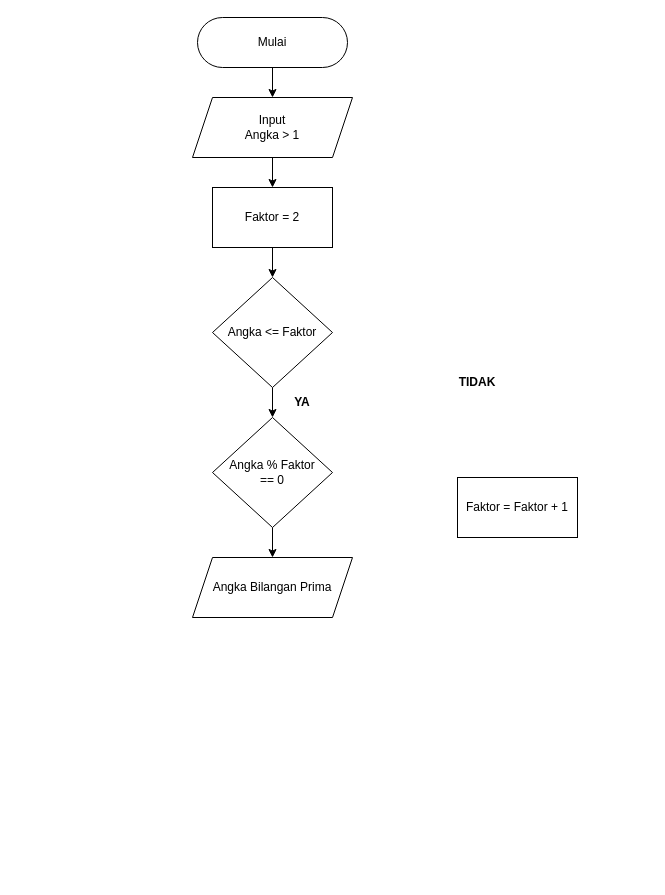
The draw.io diagram Untitled Diagram.drawio in raejinn96/Golang-Coba-, before the edit. Source tidied: cells renumbered, new cells numbered last; positions are measured from the earlier drawing's top-left corner, leaving out a move shared by most shapes. Both pictures are drawn from the tidied source at 100%, with x=0, y=0 at pixel (192, 17).
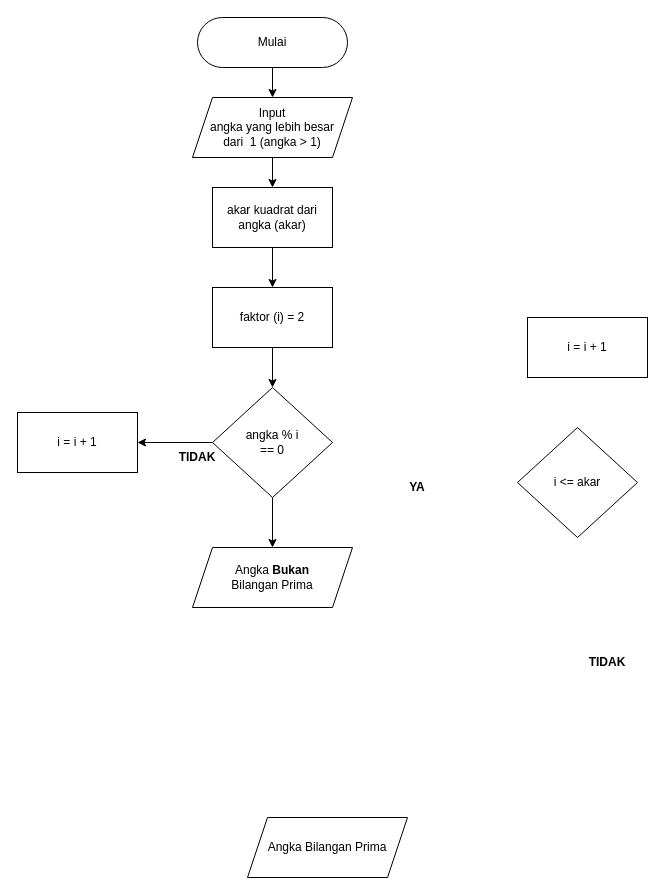
Above is the later version.

Change to the diagram source:
```diff
@@
+    <mxCell id="16" style="edgeStyle=orthogonalEdgeStyle;rounded=0;jettySize=auto;html=1;exitX=0.5;exitY=1;exitDx=0;exitDy=0;entryX=0.5;entryY=0;entryDx=0;entryDy=0;" parent="1" edge="1" source="4" target="21">
+      <mxGeometry relative="1" as="geometry" />
+    </mxCell>
-    <mxCell id="4" value="Input&lt;br style=&quot;border-color: var(--border-color);&quot;&gt;Angka &amp;gt; 1" style="shape=parallelogram;perimeter=parallelogramPerimeter;whiteSpace=wrap;html=1;fixedSize=1;" parent="1" vertex="1">
+    <mxCell id="4" value="Input&lt;br style=&quot;border-color: var(--border-color);&quot;&gt;angka yang lebih besar &lt;br&gt;dari&amp;nbsp; 1 (angka &amp;gt; 1)" style="shape=parallelogram;perimeter=parallelogramPerimeter;whiteSpace=wrap;html=1;fixedSize=1;" parent="1" vertex="1">
       <mxGeometry y="80" width="160" height="60" as="geometry" />
     </mxCell>
-    <mxCell id="5" style="edgeStyle=orthogonalEdgeStyle;rounded=0;jettySize=auto;html=1;exitX=0.5;exitY=1;exitDx=0;exitDy=0;entryX=0.5;entryY=0;entryDx=0;entryDy=0;" parent="1" edge="1" target="8">
-      <mxGeometry relative="1" as="geometry">
-        <mxPoint x="80" y="140" as="sourcePoint" />
-      </mxGeometry>
-    </mxCell>
     <mxCell id="6" value="&lt;b&gt;YA&lt;/b&gt;" style="text;html=1;strokeColor=none;fillColor=none;align=center;verticalAlign=middle;whiteSpace=wrap;rounded=0;" parent="1" vertex="1">
-      <mxGeometry x="80" y="370" width="60" height="30" as="geometry" />
+      <mxGeometry x="195" y="455" width="60" height="30" as="geometry" />
     </mxCell>
-    <mxCell id="7" style="edgeStyle=orthogonalEdgeStyle;rounded=0;jettySize=auto;html=1;exitX=0.5;exitY=1;exitDx=0;exitDy=0;entryX=0.5;entryY=0;entryDx=0;entryDy=0;" parent="1" edge="1" source="8" target="10">
-      <mxGeometry relative="1" as="geometry" />
-    </mxCell>
+    <mxCell id="17" style="edgeStyle=orthogonalEdgeStyle;rounded=0;jettySize=auto;html=1;exitX=0.5;exitY=1;exitDx=0;exitDy=0;entryX=0.5;entryY=0;entryDx=0;entryDy=0;" parent="1" edge="1" source="8" target="12">
+      <mxGeometry relative="1" as="geometry" />
+    </mxCell>
-    <mxCell id="8" value="Faktor = 2" style="rounded=0;whiteSpace=wrap;html=1;" parent="1" vertex="1">
-      <mxGeometry x="20" y="170" width="120" height="60" as="geometry" />
+    <mxCell id="8" value="faktor (i) = 2" style="rounded=0;whiteSpace=wrap;html=1;" parent="1" vertex="1">
+      <mxGeometry x="20" y="270" width="120" height="60" as="geometry" />
     </mxCell>
-    <mxCell id="9" style="edgeStyle=orthogonalEdgeStyle;rounded=0;jettySize=auto;html=1;exitX=0.5;exitY=1;exitDx=0;exitDy=0;entryX=0.5;entryY=0;entryDx=0;entryDy=0;" parent="1" edge="1" source="10" target="12">
-      <mxGeometry relative="1" as="geometry" />
-    </mxCell>
-    <mxCell id="10" value="Angka &amp;lt;= Faktor" style="rhombus;whiteSpace=wrap;html=1;" parent="1" vertex="1">
-      <mxGeometry x="20" y="260" width="120" height="110" as="geometry" />
+    <mxCell id="10" value="i &amp;lt;= akar" style="rhombus;whiteSpace=wrap;html=1;" parent="1" vertex="1">
+      <mxGeometry x="325" y="410" width="120" height="110" as="geometry" />
     </mxCell>
-    <mxCell id="11" style="edgeStyle=orthogonalEdgeStyle;rounded=0;jettySize=auto;html=1;exitX=0.5;exitY=1;exitDx=0;exitDy=0;entryX=0.5;entryY=0;entryDx=0;entryDy=0;" parent="1" edge="1" source="12" target="15">
-      <mxGeometry relative="1" as="geometry" />
-    </mxCell>
+    <mxCell id="18" style="edgeStyle=orthogonalEdgeStyle;rounded=0;jettySize=auto;html=1;exitX=0.5;exitY=1;exitDx=0;exitDy=0;entryX=0.5;entryY=0;entryDx=0;entryDy=0;" parent="1" edge="1" source="12" target="24">
+      <mxGeometry relative="1" as="geometry" />
+    </mxCell>
+    <mxCell id="19" style="edgeStyle=orthogonalEdgeStyle;rounded=0;jettySize=auto;html=1;exitX=0;exitY=0.5;exitDx=0;exitDy=0;entryX=1;entryY=0.5;entryDx=0;entryDy=0;" parent="1" edge="1" source="12" target="22">
+      <mxGeometry relative="1" as="geometry" />
+    </mxCell>
-    <mxCell id="12" value="Angka % Faktor&lt;br&gt;== 0" style="rhombus;whiteSpace=wrap;html=1;" parent="1" vertex="1">
-      <mxGeometry x="20" y="400" width="120" height="110" as="geometry" />
+    <mxCell id="12" value="angka % i&lt;br&gt;== 0" style="rhombus;whiteSpace=wrap;html=1;" parent="1" vertex="1">
+      <mxGeometry x="20" y="370" width="120" height="110" as="geometry" />
     </mxCell>
-    <mxCell id="13" value="Faktor = Faktor + 1" style="rounded=0;whiteSpace=wrap;html=1;" parent="1" vertex="1">
-      <mxGeometry x="265" y="460" width="120" height="60" as="geometry" />
-    </mxCell>
     <mxCell id="14" value="&lt;b&gt;TIDAK&lt;/b&gt;" style="text;html=1;strokeColor=none;fillColor=none;align=center;verticalAlign=middle;whiteSpace=wrap;rounded=0;" parent="1" vertex="1">
-      <mxGeometry x="255" y="350" width="60" height="30" as="geometry" />
+      <mxGeometry x="-25" y="425" width="60" height="30" as="geometry" />
     </mxCell>
     <mxCell id="15" value="Angka Bilangan Prima" style="shape=parallelogram;perimeter=parallelogramPerimeter;whiteSpace=wrap;html=1;fixedSize=1;" parent="1" vertex="1">
-      <mxGeometry y="540" width="160" height="60" as="geometry" />
+      <mxGeometry x="55" y="800" width="160" height="60" as="geometry" />
     </mxCell>
+    <mxCell id="20" style="edgeStyle=orthogonalEdgeStyle;rounded=0;jettySize=auto;html=1;exitX=0.5;exitY=1;exitDx=0;exitDy=0;entryX=0.5;entryY=0;entryDx=0;entryDy=0;" parent="1" edge="1" source="21" target="8">
+      <mxGeometry relative="1" as="geometry" />
+    </mxCell>
+    <mxCell id="21" value="akar kuadrat dari angka (akar)" style="rounded=0;whiteSpace=wrap;html=1;" parent="1" vertex="1">
+      <mxGeometry x="20" y="170" width="120" height="60" as="geometry" />
+    </mxCell>
+    <mxCell id="22" value="i = i + 1" style="rounded=0;whiteSpace=wrap;html=1;" parent="1" vertex="1">
+      <mxGeometry x="-175" y="395" width="120" height="60" as="geometry" />
+    </mxCell>
+    <mxCell id="23" value="i = i + 1" style="rounded=0;whiteSpace=wrap;html=1;" parent="1" vertex="1">
+      <mxGeometry x="335" y="300" width="120" height="60" as="geometry" />
+    </mxCell>
+    <mxCell id="24" value="Angka &lt;b&gt;Bukan &lt;/b&gt;&lt;br&gt;Bilangan Prima" style="shape=parallelogram;perimeter=parallelogramPerimeter;whiteSpace=wrap;html=1;fixedSize=1;" parent="1" vertex="1">
+      <mxGeometry y="530" width="160" height="60" as="geometry" />
+    </mxCell>
+    <mxCell id="25" value="&lt;b&gt;TIDAK&lt;/b&gt;" style="text;html=1;strokeColor=none;fillColor=none;align=center;verticalAlign=middle;whiteSpace=wrap;rounded=0;" parent="1" vertex="1">
+      <mxGeometry x="385" y="630" width="60" height="30" as="geometry" />
+    </mxCell>
```
